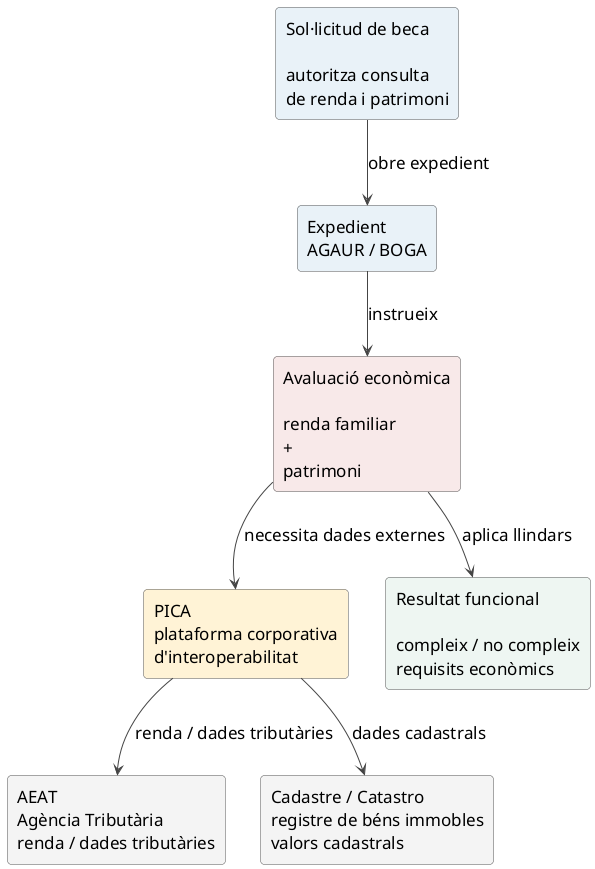
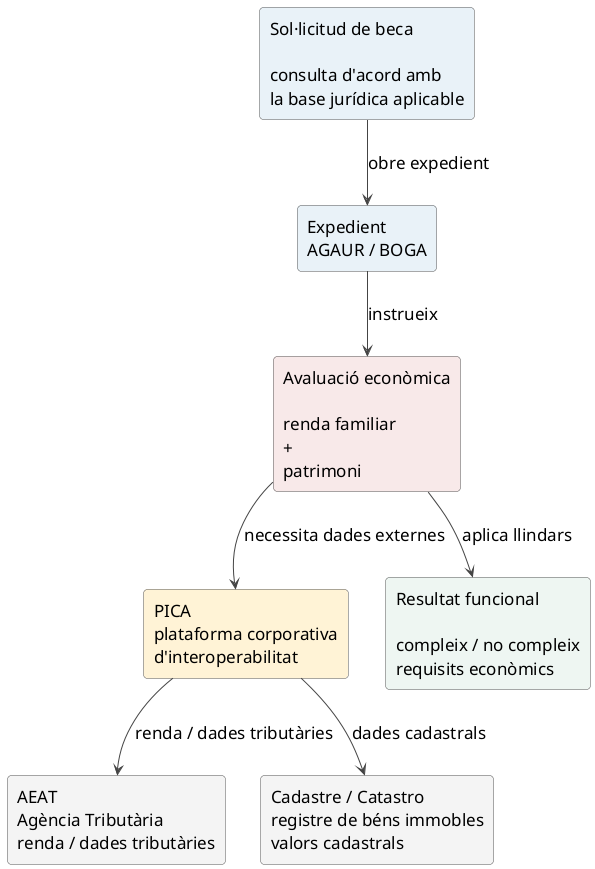
@startuml
skinparam backgroundColor #FFFFFF
skinparam shadowing false
skinparam defaultFontName Arial
skinparam defaultFontSize 17
skinparam ArrowColor #444444
skinparam rectangle {
  RoundCorner 8
  BorderColor #555555
}

top to bottom direction

- rectangle "Sol·licitud de beca\n\nautoritza consulta\nde renda i patrimoni" as SOL #E9F2F8
+ rectangle "Sol·licitud de beca\n\nconsulta d'acord amb\nla base jurídica aplicable" as SOL #E9F2F8
rectangle "Expedient\nAGAUR / BOGA" as EXP #E9F2F8
rectangle "Avaluació econòmica\n\nrenda familiar\n+\npatrimoni" as EVAL #F8E9E9
rectangle "PICA\nplataforma corporativa\nd'interoperabilitat" as PICA #FFF3D6
rectangle "AEAT\nAgència Tributària\nrenda / dades tributàries" as AEAT #F4F4F4
rectangle "Cadastre / Catastro\nregistre de béns immobles\nvalors cadastrals" as CAD #F4F4F4
rectangle "Resultat funcional\n\ncompleix / no compleix\nrequisits econòmics" as RESULT #EEF6F2

SOL --> EXP : obre expedient
EXP --> EVAL : instrueix
EVAL --> PICA : necessita dades externes
PICA --> AEAT : renda / dades tributàries
PICA --> CAD : dades cadastrals
EVAL --> RESULT : aplica llindars

@enduml
